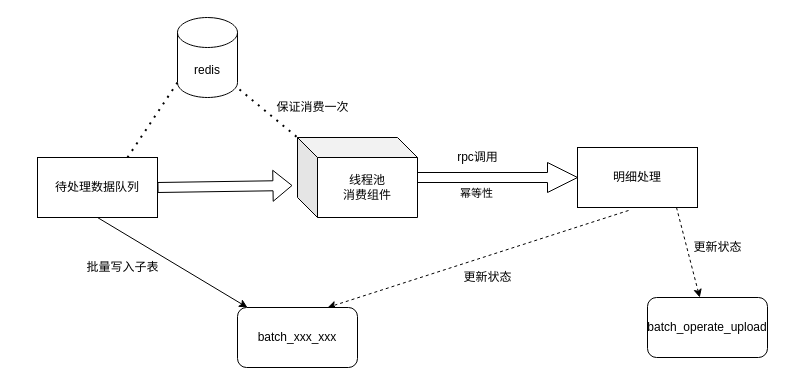
Before: batch_data_operate.drawio in mirai3zZ/mojito, a draw.io diagram. Source tidied: cells renumbered, new cells numbered last; positions are measured from the earlier drawing's top-left corner, leaving out a move shared by most shapes. Both pictures are drawn from the tidied source at 100%, with x=0, y=0 at pixel (37, 17).
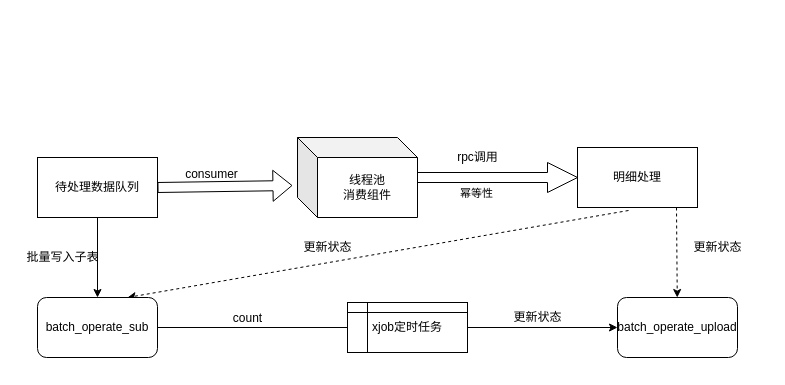
Above is the later version.

The change refers to these unchanged cells:
```xml
<mxCell id="3" value="待处理数据队列" style="rounded=0;whiteSpace=wrap;html=1;" parent="1" vertex="1">
  <mxGeometry y="140" width="120" height="60" as="geometry" />
</mxCell>
<mxCell id="9" value="线程池&lt;br&gt;消费组件&lt;br&gt;" style="shape=cube;whiteSpace=wrap;html=1;boundedLbl=1;backgroundOutline=1;darkOpacity=0.05;darkOpacity2=0.1;" parent="1" vertex="1">
  <mxGeometry x="260" y="120" width="120" height="80" as="geometry" />
</mxCell>
```

Change to the diagram source:
```diff
@@
-    <mxCell id="4" value="redis" style="shape=cylinder3;whiteSpace=wrap;html=1;boundedLbl=1;backgroundOutline=1;size=15;" parent="1" vertex="1">
-      <mxGeometry x="140" width="60" height="80" as="geometry" />
-    </mxCell>
@@
     <mxCell id="10" value="batch_operate_upload" style="rounded=1;whiteSpace=wrap;html=1;" parent="1" vertex="1">
-      <mxGeometry x="610" y="280" width="120" height="60" as="geometry" />
+      <mxGeometry x="580" y="280" width="120" height="60" as="geometry" />
     </mxCell>
-    <mxCell id="11" value="batch_xxx_xxx" style="rounded=1;whiteSpace=wrap;html=1;" parent="1" vertex="1">
-      <mxGeometry x="200" y="290" width="120" height="60" as="geometry" />
+    <mxCell id="11" value="batch_operate_sub" style="rounded=1;whiteSpace=wrap;html=1;" parent="1" vertex="1">
+      <mxGeometry y="280" width="120" height="60" as="geometry" />
     </mxCell>
@@
-    <mxCell id="13" style="endArrow=none;dashed=1;html=1;dashPattern=1 3;strokeWidth=2;exitX=0.75;exitY=0;exitDx=0;exitDy=0;entryX=0;entryY=1;entryDx=0;entryDy=-15;entryPerimeter=0;" parent="1" edge="1" source="3" target="4">
-      <mxGeometry relative="1" as="geometry" />
-    </mxCell>
-    <mxCell id="14" style="endArrow=none;dashed=1;html=1;dashPattern=1 3;strokeWidth=2;exitX=1.033;exitY=0.9;exitDx=0;exitDy=0;exitPerimeter=0;entryX=0;entryY=0;entryDx=0;entryDy=0;entryPerimeter=0;" parent="1" edge="1" source="4" target="9">
-      <mxGeometry relative="1" as="geometry" />
-    </mxCell>
     <mxCell id="15" value="批量写入子表" style="text;html=1;align=center;verticalAlign=middle;" parent="1" vertex="1">
-      <mxGeometry x="40" y="240" width="90" height="20" as="geometry" />
+      <mxGeometry x="-20" y="230" width="90" height="20" as="geometry" />
     </mxCell>
     <mxCell id="16" value="更新状态" style="text;html=1;align=center;verticalAlign=middle;" parent="1" vertex="1">
-      <mxGeometry x="420" y="250" width="60" height="20" as="geometry" />
+      <mxGeometry x="260" y="220" width="60" height="20" as="geometry" />
     </mxCell>
@@
-    <mxCell id="20" value="保证消费一次" style="text;html=1;align=center;verticalAlign=middle;" parent="1" vertex="1">
-      <mxGeometry x="230" y="80" width="90" height="20" as="geometry" />
-    </mxCell>
+    <mxCell id="21" value="consumer" style="text;html=1;align=center;verticalAlign=middle;" parent="1" vertex="1">
+      <mxGeometry x="139" y="147" width="70" height="20" as="geometry" />
+    </mxCell>
+    <mxCell id="22" value="xjob定时任务" style="shape=internalStorage;whiteSpace=wrap;html=1;backgroundOutline=1;dx=20;dy=10;" parent="1" vertex="1">
+      <mxGeometry x="310" y="285" width="120" height="50" as="geometry" />
+    </mxCell>
+    <mxCell id="23" style="endArrow=classic;html=1;exitX=1;exitY=0.5;exitDx=0;exitDy=0;entryX=0;entryY=0.5;entryDx=0;entryDy=0;" parent="1" edge="1" source="22" target="10">
+      <mxGeometry relative="1" as="geometry" />
+    </mxCell>
+    <mxCell id="24" style="endArrow=none;html=1;exitX=1;exitY=0.5;exitDx=0;exitDy=0;entryX=0;entryY=0.5;entryDx=0;entryDy=0;" parent="1" edge="1" source="11" target="22">
+      <mxGeometry relative="1" as="geometry" />
+    </mxCell>
+    <mxCell id="25" value="count" style="text;html=1;align=center;verticalAlign=middle;" parent="1" vertex="1">
+      <mxGeometry x="190" y="291" width="40" height="20" as="geometry" />
+    </mxCell>
+    <mxCell id="26" value="更新状态" style="text;html=1;align=center;verticalAlign=middle;" parent="1" vertex="1">
+      <mxGeometry x="470" y="290" width="60" height="20" as="geometry" />
+    </mxCell>
```
